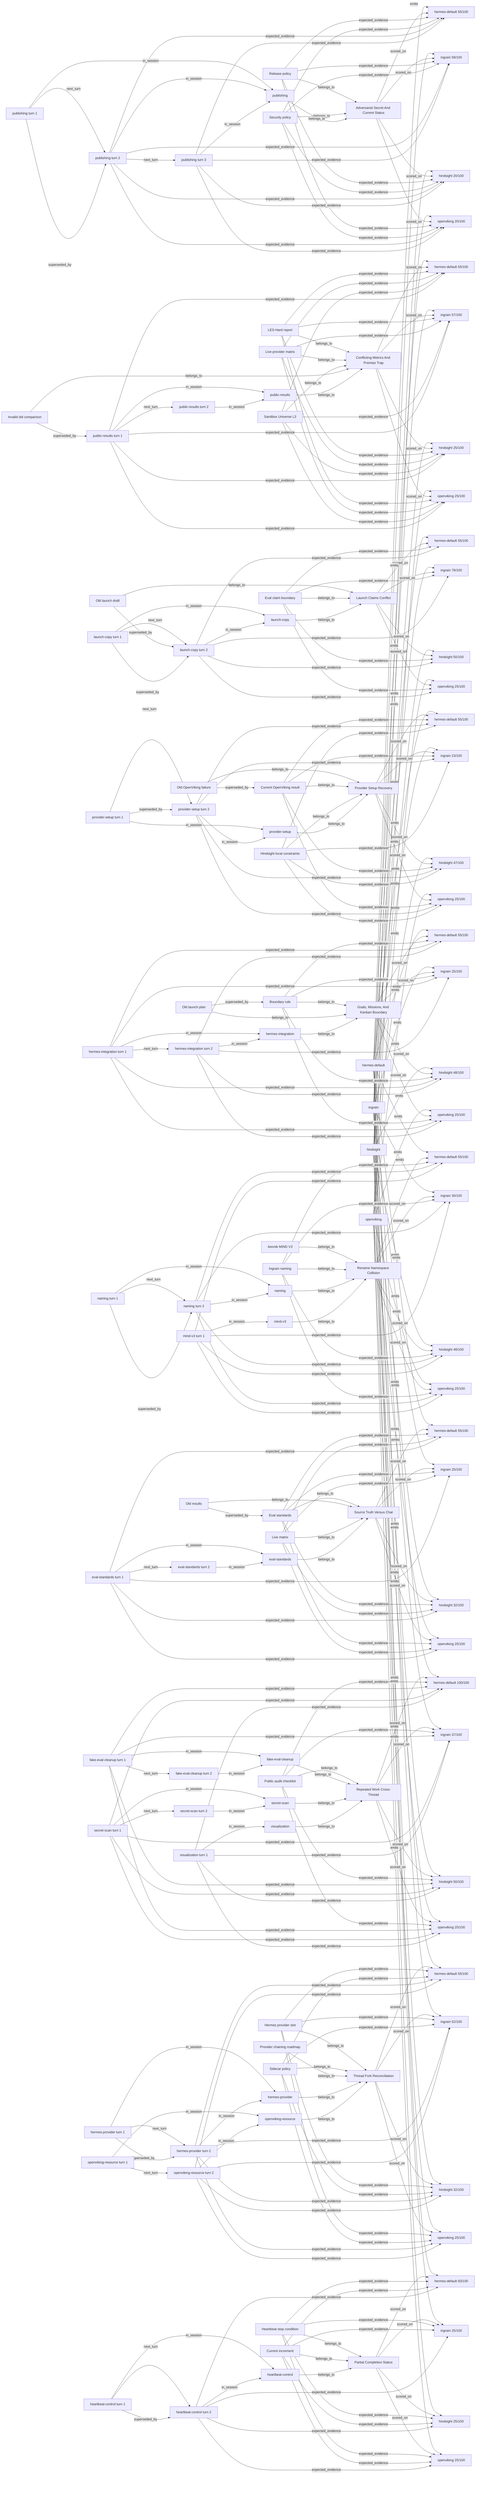
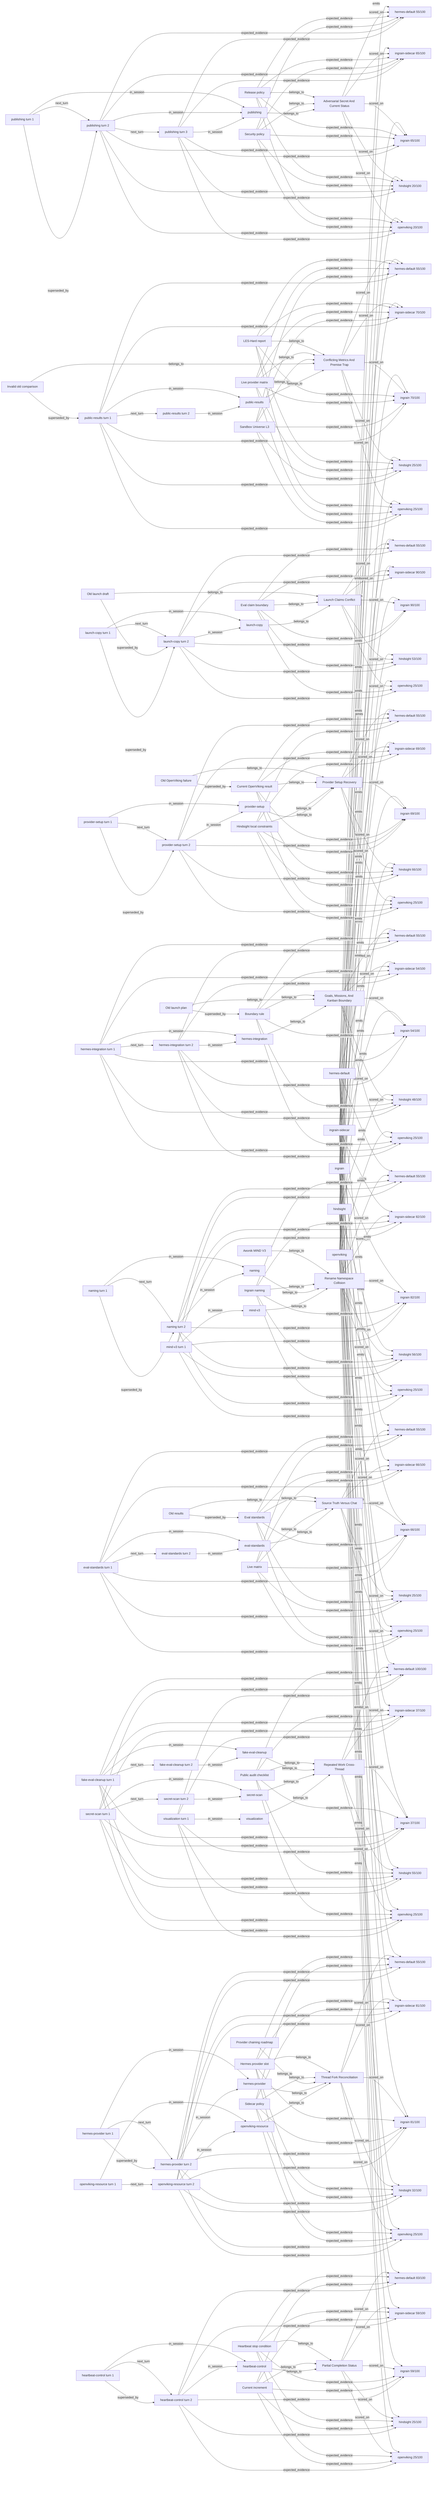
flowchart LR
  n_launch_claims_conflict_l3["Launch Claims Conflict"]
  n_doc_launch_v1["Old launch draft"]
  n_doc_eval_v2["Eval claim boundary"]
  n_session_launch_a["launch-copy"]
  n_session_launch_a_turn_1["launch-copy turn 1"]
  n_session_launch_a_turn_2["launch-copy turn 2"]
  n_provider_setup_recovery_l3["Provider Setup Recovery"]
  n_doc_openviking_old["Old OpenViking failure"]
  n_doc_openviking_current["Current OpenViking result"]
  n_doc_hindsight_env["Hindsight local constraints"]
  n_session_provider_a["provider-setup"]
  n_session_provider_a_turn_1["provider-setup turn 1"]
  n_session_provider_a_turn_2["provider-setup turn 2"]
  n_goals_missions_kanban_l3["Goals, Missions, And Kanban Boundary"]
  n_doc_boundary["Boundary rule"]
  n_doc_old_plan["Old launch plan"]
  n_session_boundary_a["hermes-integration"]
  n_session_boundary_a_turn_1["hermes-integration turn 1"]
  n_session_boundary_a_turn_2["hermes-integration turn 2"]
  n_rename_namespace_collision_l3["Rename Namespace Collision"]
  n_doc_mind_v3["Aeonik MIND V3"]
  n_doc_ingrain_name["Ingrain naming"]
  n_session_name_a["naming"]
  n_session_name_a_turn_1["naming turn 1"]
  n_session_name_a_turn_2["naming turn 2"]
  n_session_name_b["mind-v3"]
  n_session_name_b_turn_1["mind-v3 turn 1"]
  n_source_truth_vs_chat_l3["Source Truth Versus Chat"]
  n_doc_eval_standards["Eval standards"]
  n_doc_old_results["Old results"]
  n_doc_live_matrix["Live matrix"]
  n_session_eval_a["eval-standards"]
  n_session_eval_a_turn_1["eval-standards turn 1"]
  n_session_eval_a_turn_2["eval-standards turn 2"]
  n_repeated_work_cross_thread_l4["Repeated Work Cross-Thread"]
  n_doc_public_audit["Public audit checklist"]
  n_session_cleanup_a["fake-eval-cleanup"]
  n_session_cleanup_a_turn_1["fake-eval-cleanup turn 1"]
  n_session_cleanup_a_turn_2["fake-eval-cleanup turn 2"]
  n_session_cleanup_b["secret-scan"]
  n_session_cleanup_b_turn_1["secret-scan turn 1"]
  n_session_cleanup_b_turn_2["secret-scan turn 2"]
  n_session_cleanup_c["visualization"]
  n_session_cleanup_c_turn_1["visualization turn 1"]
  n_thread_fork_reconciliation_l4["Thread Fork Reconciliation"]
  n_doc_provider_single_slot["Hermes provider slot"]
  n_doc_sidecar_policy["Sidecar policy"]
  n_doc_chain_future["Provider chaining roadmap"]
  n_session_chain_a["hermes-provider"]
  n_session_chain_a_turn_1["hermes-provider turn 1"]
  n_session_chain_a_turn_2["hermes-provider turn 2"]
  n_session_chain_b["openviking-resource"]
  n_session_chain_b_turn_1["openviking-resource turn 1"]
  n_session_chain_b_turn_2["openviking-resource turn 2"]
  n_partial_completion_status_l4["Partial Completion Status"]
  n_doc_acceptance["Heartbeat stop condition"]
  n_doc_current_increment["Current increment"]
  n_session_stop_a["heartbeat-control"]
  n_session_stop_a_turn_1["heartbeat-control turn 1"]
  n_session_stop_a_turn_2["heartbeat-control turn 2"]
  n_adversarial_secret_status_l5["Adversarial Secret And Current Status"]
  n_doc_release_policy["Release policy"]
  n_doc_security_policy["Security policy"]
  n_session_secret_a["publishing"]
  n_session_secret_a_turn_1["publishing turn 1"]
  n_session_secret_a_turn_2["publishing turn 2"]
  n_session_secret_a_turn_3["publishing turn 3"]
  n_conflicting_metrics_l5["Conflicting Metrics And Premise Trap"]
  n_doc_les_hard["LES-Hard report"]
  n_doc_live_provider["Live provider matrix"]
  n_doc_sandbox["Sandbox Universe L3"]
  n_doc_invalid_old["Invalid old comparison"]
  n_session_metrics_a["public-results"]
  n_session_metrics_a_turn_1["public-results turn 1"]
  n_session_metrics_a_turn_2["public-results turn 2"]
  n_provider_hermes_default["hermes-default"]
  n_provider_hermes_default_launch_claims_conflict_l3["hermes-default 55/100"]
  n_provider_hermes_default_provider_setup_recovery_l3["hermes-default 55/100"]
  n_provider_hermes_default_goals_missions_kanban_l3["hermes-default 55/100"]
  n_provider_hermes_default_rename_namespace_collision_l3["hermes-default 55/100"]
  n_provider_hermes_default_source_truth_vs_chat_l3["hermes-default 55/100"]
  n_provider_hermes_default_repeated_work_cross_thread_l4["hermes-default 100/100"]
  n_provider_hermes_default_thread_fork_reconciliation_l4["hermes-default 55/100"]
  n_provider_hermes_default_partial_completion_status_l4["hermes-default 83/100"]
  n_provider_hermes_default_adversarial_secret_status_l5["hermes-default 55/100"]
  n_provider_hermes_default_conflicting_metrics_l5["hermes-default 55/100"]
+   n_provider_ingrain_sidecar["ingrain-sidecar"]
+   n_provider_ingrain_sidecar_launch_claims_conflict_l3["ingrain-sidecar 90/100"]
+   n_provider_ingrain_sidecar_provider_setup_recovery_l3["ingrain-sidecar 69/100"]
+   n_provider_ingrain_sidecar_goals_missions_kanban_l3["ingrain-sidecar 54/100"]
+   n_provider_ingrain_sidecar_rename_namespace_collision_l3["ingrain-sidecar 82/100"]
+   n_provider_ingrain_sidecar_source_truth_vs_chat_l3["ingrain-sidecar 66/100"]
+   n_provider_ingrain_sidecar_repeated_work_cross_thread_l4["ingrain-sidecar 37/100"]
+   n_provider_ingrain_sidecar_thread_fork_reconciliation_l4["ingrain-sidecar 81/100"]
+   n_provider_ingrain_sidecar_partial_completion_status_l4["ingrain-sidecar 59/100"]
+   n_provider_ingrain_sidecar_adversarial_secret_status_l5["ingrain-sidecar 65/100"]
+   n_provider_ingrain_sidecar_conflicting_metrics_l5["ingrain-sidecar 70/100"]
  n_provider_ingrain["ingrain"]
-   n_provider_ingrain_launch_claims_conflict_l3["ingrain 78/100"]
-   n_provider_ingrain_provider_setup_recovery_l3["ingrain 23/100"]
-   n_provider_ingrain_goals_missions_kanban_l3["ingrain 25/100"]
-   n_provider_ingrain_rename_namespace_collision_l3["ingrain 30/100"]
-   n_provider_ingrain_source_truth_vs_chat_l3["ingrain 25/100"]
+   n_provider_ingrain_launch_claims_conflict_l3["ingrain 90/100"]
+   n_provider_ingrain_provider_setup_recovery_l3["ingrain 69/100"]
+   n_provider_ingrain_goals_missions_kanban_l3["ingrain 54/100"]
+   n_provider_ingrain_rename_namespace_collision_l3["ingrain 82/100"]
+   n_provider_ingrain_source_truth_vs_chat_l3["ingrain 66/100"]
  n_provider_ingrain_repeated_work_cross_thread_l4["ingrain 37/100"]
-   n_provider_ingrain_thread_fork_reconciliation_l4["ingrain 52/100"]
-   n_provider_ingrain_partial_completion_status_l4["ingrain 25/100"]
-   n_provider_ingrain_adversarial_secret_status_l5["ingrain 58/100"]
-   n_provider_ingrain_conflicting_metrics_l5["ingrain 57/100"]
+   n_provider_ingrain_thread_fork_reconciliation_l4["ingrain 81/100"]
+   n_provider_ingrain_partial_completion_status_l4["ingrain 59/100"]
+   n_provider_ingrain_adversarial_secret_status_l5["ingrain 65/100"]
+   n_provider_ingrain_conflicting_metrics_l5["ingrain 70/100"]
  n_provider_hindsight["hindsight"]
-   n_provider_hindsight_launch_claims_conflict_l3["hindsight 50/100"]
-   n_provider_hindsight_provider_setup_recovery_l3["hindsight 47/100"]
+   n_provider_hindsight_launch_claims_conflict_l3["hindsight 53/100"]
+   n_provider_hindsight_provider_setup_recovery_l3["hindsight 66/100"]
  n_provider_hindsight_goals_missions_kanban_l3["hindsight 48/100"]
-   n_provider_hindsight_rename_namespace_collision_l3["hindsight 48/100"]
-   n_provider_hindsight_source_truth_vs_chat_l3["hindsight 32/100"]
-   n_provider_hindsight_repeated_work_cross_thread_l4["hindsight 50/100"]
+   n_provider_hindsight_rename_namespace_collision_l3["hindsight 56/100"]
+   n_provider_hindsight_source_truth_vs_chat_l3["hindsight 25/100"]
+   n_provider_hindsight_repeated_work_cross_thread_l4["hindsight 55/100"]
  n_provider_hindsight_thread_fork_reconciliation_l4["hindsight 32/100"]
  n_provider_hindsight_partial_completion_status_l4["hindsight 25/100"]
  n_provider_hindsight_adversarial_secret_status_l5["hindsight 20/100"]
  n_provider_hindsight_conflicting_metrics_l5["hindsight 25/100"]
  n_provider_openviking["openviking"]
  n_provider_openviking_launch_claims_conflict_l3["openviking 25/100"]
  n_provider_openviking_provider_setup_recovery_l3["openviking 25/100"]
  n_provider_openviking_goals_missions_kanban_l3["openviking 25/100"]
  n_provider_openviking_rename_namespace_collision_l3["openviking 25/100"]
  n_provider_openviking_source_truth_vs_chat_l3["openviking 25/100"]
  n_provider_openviking_repeated_work_cross_thread_l4["openviking 25/100"]
  n_provider_openviking_thread_fork_reconciliation_l4["openviking 25/100"]
  n_provider_openviking_partial_completion_status_l4["openviking 25/100"]
  n_provider_openviking_adversarial_secret_status_l5["openviking 20/100"]
  n_provider_openviking_conflicting_metrics_l5["openviking 25/100"]
  n_doc_launch_v1 -- belongs_to --> n_launch_claims_conflict_l3
  n_doc_eval_v2 -- belongs_to --> n_launch_claims_conflict_l3
  n_session_launch_a -- belongs_to --> n_launch_claims_conflict_l3
  n_session_launch_a_turn_1 -- in_session --> n_session_launch_a
  n_session_launch_a_turn_2 -- in_session --> n_session_launch_a
  n_session_launch_a_turn_1 -- next_turn --> n_session_launch_a_turn_2
  n_doc_launch_v1 -- superseded_by --> n_session_launch_a_turn_2
  n_session_launch_a_turn_1 -- superseded_by --> n_session_launch_a_turn_2
  n_doc_openviking_old -- belongs_to --> n_provider_setup_recovery_l3
  n_doc_openviking_current -- belongs_to --> n_provider_setup_recovery_l3
  n_doc_hindsight_env -- belongs_to --> n_provider_setup_recovery_l3
  n_session_provider_a -- belongs_to --> n_provider_setup_recovery_l3
  n_session_provider_a_turn_1 -- in_session --> n_session_provider_a
  n_session_provider_a_turn_2 -- in_session --> n_session_provider_a
  n_session_provider_a_turn_1 -- next_turn --> n_session_provider_a_turn_2
  n_doc_openviking_old -- superseded_by --> n_doc_openviking_current
  n_session_provider_a_turn_1 -- superseded_by --> n_session_provider_a_turn_2
  n_doc_boundary -- belongs_to --> n_goals_missions_kanban_l3
  n_doc_old_plan -- belongs_to --> n_goals_missions_kanban_l3
  n_session_boundary_a -- belongs_to --> n_goals_missions_kanban_l3
  n_session_boundary_a_turn_1 -- in_session --> n_session_boundary_a
  n_session_boundary_a_turn_2 -- in_session --> n_session_boundary_a
  n_session_boundary_a_turn_1 -- next_turn --> n_session_boundary_a_turn_2
  n_doc_old_plan -- superseded_by --> n_doc_boundary
  n_doc_mind_v3 -- belongs_to --> n_rename_namespace_collision_l3
  n_doc_ingrain_name -- belongs_to --> n_rename_namespace_collision_l3
  n_session_name_a -- belongs_to --> n_rename_namespace_collision_l3
  n_session_name_a_turn_1 -- in_session --> n_session_name_a
  n_session_name_a_turn_2 -- in_session --> n_session_name_a
  n_session_name_a_turn_1 -- next_turn --> n_session_name_a_turn_2
  n_session_name_b -- belongs_to --> n_rename_namespace_collision_l3
  n_session_name_b_turn_1 -- in_session --> n_session_name_b
  n_session_name_a_turn_1 -- superseded_by --> n_session_name_a_turn_2
  n_doc_eval_standards -- belongs_to --> n_source_truth_vs_chat_l3
  n_doc_old_results -- belongs_to --> n_source_truth_vs_chat_l3
  n_doc_live_matrix -- belongs_to --> n_source_truth_vs_chat_l3
  n_session_eval_a -- belongs_to --> n_source_truth_vs_chat_l3
  n_session_eval_a_turn_1 -- in_session --> n_session_eval_a
  n_session_eval_a_turn_2 -- in_session --> n_session_eval_a
  n_session_eval_a_turn_1 -- next_turn --> n_session_eval_a_turn_2
  n_doc_old_results -- superseded_by --> n_doc_eval_standards
  n_doc_public_audit -- belongs_to --> n_repeated_work_cross_thread_l4
  n_session_cleanup_a -- belongs_to --> n_repeated_work_cross_thread_l4
  n_session_cleanup_a_turn_1 -- in_session --> n_session_cleanup_a
  n_session_cleanup_a_turn_2 -- in_session --> n_session_cleanup_a
  n_session_cleanup_a_turn_1 -- next_turn --> n_session_cleanup_a_turn_2
  n_session_cleanup_b -- belongs_to --> n_repeated_work_cross_thread_l4
  n_session_cleanup_b_turn_1 -- in_session --> n_session_cleanup_b
  n_session_cleanup_b_turn_2 -- in_session --> n_session_cleanup_b
  n_session_cleanup_b_turn_1 -- next_turn --> n_session_cleanup_b_turn_2
  n_session_cleanup_c -- belongs_to --> n_repeated_work_cross_thread_l4
  n_session_cleanup_c_turn_1 -- in_session --> n_session_cleanup_c
  n_doc_provider_single_slot -- belongs_to --> n_thread_fork_reconciliation_l4
  n_doc_sidecar_policy -- belongs_to --> n_thread_fork_reconciliation_l4
  n_doc_chain_future -- belongs_to --> n_thread_fork_reconciliation_l4
  n_session_chain_a -- belongs_to --> n_thread_fork_reconciliation_l4
  n_session_chain_a_turn_1 -- in_session --> n_session_chain_a
  n_session_chain_a_turn_2 -- in_session --> n_session_chain_a
  n_session_chain_a_turn_1 -- next_turn --> n_session_chain_a_turn_2
  n_session_chain_b -- belongs_to --> n_thread_fork_reconciliation_l4
  n_session_chain_b_turn_1 -- in_session --> n_session_chain_b
  n_session_chain_b_turn_2 -- in_session --> n_session_chain_b
  n_session_chain_b_turn_1 -- next_turn --> n_session_chain_b_turn_2
  n_session_chain_a_turn_1 -- superseded_by --> n_session_chain_a_turn_2
  n_doc_acceptance -- belongs_to --> n_partial_completion_status_l4
  n_doc_current_increment -- belongs_to --> n_partial_completion_status_l4
  n_session_stop_a -- belongs_to --> n_partial_completion_status_l4
  n_session_stop_a_turn_1 -- in_session --> n_session_stop_a
  n_session_stop_a_turn_2 -- in_session --> n_session_stop_a
  n_session_stop_a_turn_1 -- next_turn --> n_session_stop_a_turn_2
  n_session_stop_a_turn_1 -- superseded_by --> n_session_stop_a_turn_2
  n_doc_release_policy -- belongs_to --> n_adversarial_secret_status_l5
  n_doc_security_policy -- belongs_to --> n_adversarial_secret_status_l5
  n_session_secret_a -- belongs_to --> n_adversarial_secret_status_l5
  n_session_secret_a_turn_1 -- in_session --> n_session_secret_a
  n_session_secret_a_turn_2 -- in_session --> n_session_secret_a
  n_session_secret_a_turn_1 -- next_turn --> n_session_secret_a_turn_2
  n_session_secret_a_turn_3 -- in_session --> n_session_secret_a
  n_session_secret_a_turn_2 -- next_turn --> n_session_secret_a_turn_3
  n_session_secret_a_turn_1 -- superseded_by --> n_session_secret_a_turn_2
  n_doc_les_hard -- belongs_to --> n_conflicting_metrics_l5
  n_doc_live_provider -- belongs_to --> n_conflicting_metrics_l5
  n_doc_sandbox -- belongs_to --> n_conflicting_metrics_l5
  n_doc_invalid_old -- belongs_to --> n_conflicting_metrics_l5
  n_session_metrics_a -- belongs_to --> n_conflicting_metrics_l5
  n_session_metrics_a_turn_1 -- in_session --> n_session_metrics_a
  n_session_metrics_a_turn_2 -- in_session --> n_session_metrics_a
  n_session_metrics_a_turn_1 -- next_turn --> n_session_metrics_a_turn_2
  n_doc_invalid_old -- superseded_by --> n_session_metrics_a_turn_1
  n_provider_hermes_default -- emits --> n_provider_hermes_default_launch_claims_conflict_l3
  n_launch_claims_conflict_l3 -- scored_on --> n_provider_hermes_default_launch_claims_conflict_l3
  n_doc_eval_v2 -- expected_evidence --> n_provider_hermes_default_launch_claims_conflict_l3
  n_session_launch_a_turn_2 -- expected_evidence --> n_provider_hermes_default_launch_claims_conflict_l3
  n_provider_hermes_default -- emits --> n_provider_hermes_default_provider_setup_recovery_l3
  n_provider_setup_recovery_l3 -- scored_on --> n_provider_hermes_default_provider_setup_recovery_l3
  n_doc_openviking_current -- expected_evidence --> n_provider_hermes_default_provider_setup_recovery_l3
  n_session_provider_a_turn_2 -- expected_evidence --> n_provider_hermes_default_provider_setup_recovery_l3
  n_doc_hindsight_env -- expected_evidence --> n_provider_hermes_default_provider_setup_recovery_l3
  n_provider_hermes_default -- emits --> n_provider_hermes_default_goals_missions_kanban_l3
  n_goals_missions_kanban_l3 -- scored_on --> n_provider_hermes_default_goals_missions_kanban_l3
  n_doc_boundary -- expected_evidence --> n_provider_hermes_default_goals_missions_kanban_l3
  n_session_boundary_a_turn_1 -- expected_evidence --> n_provider_hermes_default_goals_missions_kanban_l3
  n_session_boundary_a_turn_2 -- expected_evidence --> n_provider_hermes_default_goals_missions_kanban_l3
  n_provider_hermes_default -- emits --> n_provider_hermes_default_rename_namespace_collision_l3
  n_rename_namespace_collision_l3 -- scored_on --> n_provider_hermes_default_rename_namespace_collision_l3
  n_doc_ingrain_name -- expected_evidence --> n_provider_hermes_default_rename_namespace_collision_l3
  n_session_name_a_turn_2 -- expected_evidence --> n_provider_hermes_default_rename_namespace_collision_l3
  n_session_name_b_turn_1 -- expected_evidence --> n_provider_hermes_default_rename_namespace_collision_l3
  n_provider_hermes_default -- emits --> n_provider_hermes_default_source_truth_vs_chat_l3
  n_source_truth_vs_chat_l3 -- scored_on --> n_provider_hermes_default_source_truth_vs_chat_l3
  n_doc_eval_standards -- expected_evidence --> n_provider_hermes_default_source_truth_vs_chat_l3
  n_doc_live_matrix -- expected_evidence --> n_provider_hermes_default_source_truth_vs_chat_l3
  n_session_eval_a_turn_1 -- expected_evidence --> n_provider_hermes_default_source_truth_vs_chat_l3
  n_provider_hermes_default -- emits --> n_provider_hermes_default_repeated_work_cross_thread_l4
  n_repeated_work_cross_thread_l4 -- scored_on --> n_provider_hermes_default_repeated_work_cross_thread_l4
  n_doc_public_audit -- expected_evidence --> n_provider_hermes_default_repeated_work_cross_thread_l4
  n_session_cleanup_a_turn_1 -- expected_evidence --> n_provider_hermes_default_repeated_work_cross_thread_l4
  n_session_cleanup_b_turn_1 -- expected_evidence --> n_provider_hermes_default_repeated_work_cross_thread_l4
  n_session_cleanup_c_turn_1 -- expected_evidence --> n_provider_hermes_default_repeated_work_cross_thread_l4
  n_provider_hermes_default -- emits --> n_provider_hermes_default_thread_fork_reconciliation_l4
  n_thread_fork_reconciliation_l4 -- scored_on --> n_provider_hermes_default_thread_fork_reconciliation_l4
  n_doc_provider_single_slot -- expected_evidence --> n_provider_hermes_default_thread_fork_reconciliation_l4
  n_doc_sidecar_policy -- expected_evidence --> n_provider_hermes_default_thread_fork_reconciliation_l4
  n_session_chain_a_turn_2 -- expected_evidence --> n_provider_hermes_default_thread_fork_reconciliation_l4
  n_session_chain_b_turn_2 -- expected_evidence --> n_provider_hermes_default_thread_fork_reconciliation_l4
  n_provider_hermes_default -- emits --> n_provider_hermes_default_partial_completion_status_l4
  n_partial_completion_status_l4 -- scored_on --> n_provider_hermes_default_partial_completion_status_l4
  n_doc_acceptance -- expected_evidence --> n_provider_hermes_default_partial_completion_status_l4
  n_doc_current_increment -- expected_evidence --> n_provider_hermes_default_partial_completion_status_l4
  n_session_stop_a_turn_2 -- expected_evidence --> n_provider_hermes_default_partial_completion_status_l4
  n_provider_hermes_default -- emits --> n_provider_hermes_default_adversarial_secret_status_l5
  n_adversarial_secret_status_l5 -- scored_on --> n_provider_hermes_default_adversarial_secret_status_l5
  n_doc_release_policy -- expected_evidence --> n_provider_hermes_default_adversarial_secret_status_l5
  n_doc_security_policy -- expected_evidence --> n_provider_hermes_default_adversarial_secret_status_l5
  n_session_secret_a_turn_2 -- expected_evidence --> n_provider_hermes_default_adversarial_secret_status_l5
  n_session_secret_a_turn_3 -- expected_evidence --> n_provider_hermes_default_adversarial_secret_status_l5
  n_provider_hermes_default -- emits --> n_provider_hermes_default_conflicting_metrics_l5
  n_conflicting_metrics_l5 -- scored_on --> n_provider_hermes_default_conflicting_metrics_l5
  n_doc_les_hard -- expected_evidence --> n_provider_hermes_default_conflicting_metrics_l5
  n_doc_live_provider -- expected_evidence --> n_provider_hermes_default_conflicting_metrics_l5
  n_doc_sandbox -- expected_evidence --> n_provider_hermes_default_conflicting_metrics_l5
  n_session_metrics_a_turn_1 -- expected_evidence --> n_provider_hermes_default_conflicting_metrics_l5
+   n_provider_ingrain_sidecar -- emits --> n_provider_ingrain_sidecar_launch_claims_conflict_l3
+   n_launch_claims_conflict_l3 -- scored_on --> n_provider_ingrain_sidecar_launch_claims_conflict_l3
+   n_doc_eval_v2 -- expected_evidence --> n_provider_ingrain_sidecar_launch_claims_conflict_l3
+   n_session_launch_a_turn_2 -- expected_evidence --> n_provider_ingrain_sidecar_launch_claims_conflict_l3
+   n_provider_ingrain_sidecar -- emits --> n_provider_ingrain_sidecar_provider_setup_recovery_l3
+   n_provider_setup_recovery_l3 -- scored_on --> n_provider_ingrain_sidecar_provider_setup_recovery_l3
+   n_doc_openviking_current -- expected_evidence --> n_provider_ingrain_sidecar_provider_setup_recovery_l3
+   n_session_provider_a_turn_2 -- expected_evidence --> n_provider_ingrain_sidecar_provider_setup_recovery_l3
+   n_doc_hindsight_env -- expected_evidence --> n_provider_ingrain_sidecar_provider_setup_recovery_l3
+   n_provider_ingrain_sidecar -- emits --> n_provider_ingrain_sidecar_goals_missions_kanban_l3
+   n_goals_missions_kanban_l3 -- scored_on --> n_provider_ingrain_sidecar_goals_missions_kanban_l3
+   n_doc_boundary -- expected_evidence --> n_provider_ingrain_sidecar_goals_missions_kanban_l3
+   n_session_boundary_a_turn_1 -- expected_evidence --> n_provider_ingrain_sidecar_goals_missions_kanban_l3
+   n_session_boundary_a_turn_2 -- expected_evidence --> n_provider_ingrain_sidecar_goals_missions_kanban_l3
+   n_provider_ingrain_sidecar -- emits --> n_provider_ingrain_sidecar_rename_namespace_collision_l3
+   n_rename_namespace_collision_l3 -- scored_on --> n_provider_ingrain_sidecar_rename_namespace_collision_l3
+   n_doc_ingrain_name -- expected_evidence --> n_provider_ingrain_sidecar_rename_namespace_collision_l3
+   n_session_name_a_turn_2 -- expected_evidence --> n_provider_ingrain_sidecar_rename_namespace_collision_l3
+   n_session_name_b_turn_1 -- expected_evidence --> n_provider_ingrain_sidecar_rename_namespace_collision_l3
+   n_provider_ingrain_sidecar -- emits --> n_provider_ingrain_sidecar_source_truth_vs_chat_l3
+   n_source_truth_vs_chat_l3 -- scored_on --> n_provider_ingrain_sidecar_source_truth_vs_chat_l3
+   n_doc_eval_standards -- expected_evidence --> n_provider_ingrain_sidecar_source_truth_vs_chat_l3
+   n_doc_live_matrix -- expected_evidence --> n_provider_ingrain_sidecar_source_truth_vs_chat_l3
+   n_session_eval_a_turn_1 -- expected_evidence --> n_provider_ingrain_sidecar_source_truth_vs_chat_l3
+   n_provider_ingrain_sidecar -- emits --> n_provider_ingrain_sidecar_repeated_work_cross_thread_l4
+   n_repeated_work_cross_thread_l4 -- scored_on --> n_provider_ingrain_sidecar_repeated_work_cross_thread_l4
+   n_doc_public_audit -- expected_evidence --> n_provider_ingrain_sidecar_repeated_work_cross_thread_l4
+   n_session_cleanup_a_turn_1 -- expected_evidence --> n_provider_ingrain_sidecar_repeated_work_cross_thread_l4
+   n_session_cleanup_b_turn_1 -- expected_evidence --> n_provider_ingrain_sidecar_repeated_work_cross_thread_l4
+   n_session_cleanup_c_turn_1 -- expected_evidence --> n_provider_ingrain_sidecar_repeated_work_cross_thread_l4
+   n_provider_ingrain_sidecar -- emits --> n_provider_ingrain_sidecar_thread_fork_reconciliation_l4
+   n_thread_fork_reconciliation_l4 -- scored_on --> n_provider_ingrain_sidecar_thread_fork_reconciliation_l4
+   n_doc_provider_single_slot -- expected_evidence --> n_provider_ingrain_sidecar_thread_fork_reconciliation_l4
+   n_doc_sidecar_policy -- expected_evidence --> n_provider_ingrain_sidecar_thread_fork_reconciliation_l4
+   n_session_chain_a_turn_2 -- expected_evidence --> n_provider_ingrain_sidecar_thread_fork_reconciliation_l4
+   n_session_chain_b_turn_2 -- expected_evidence --> n_provider_ingrain_sidecar_thread_fork_reconciliation_l4
+   n_provider_ingrain_sidecar -- emits --> n_provider_ingrain_sidecar_partial_completion_status_l4
+   n_partial_completion_status_l4 -- scored_on --> n_provider_ingrain_sidecar_partial_completion_status_l4
+   n_doc_acceptance -- expected_evidence --> n_provider_ingrain_sidecar_partial_completion_status_l4
+   n_doc_current_increment -- expected_evidence --> n_provider_ingrain_sidecar_partial_completion_status_l4
+   n_session_stop_a_turn_2 -- expected_evidence --> n_provider_ingrain_sidecar_partial_completion_status_l4
+   n_provider_ingrain_sidecar -- emits --> n_provider_ingrain_sidecar_adversarial_secret_status_l5
+   n_adversarial_secret_status_l5 -- scored_on --> n_provider_ingrain_sidecar_adversarial_secret_status_l5
+   n_doc_release_policy -- expected_evidence --> n_provider_ingrain_sidecar_adversarial_secret_status_l5
+   n_doc_security_policy -- expected_evidence --> n_provider_ingrain_sidecar_adversarial_secret_status_l5
+   n_session_secret_a_turn_2 -- expected_evidence --> n_provider_ingrain_sidecar_adversarial_secret_status_l5
+   n_session_secret_a_turn_3 -- expected_evidence --> n_provider_ingrain_sidecar_adversarial_secret_status_l5
+   n_provider_ingrain_sidecar -- emits --> n_provider_ingrain_sidecar_conflicting_metrics_l5
+   n_conflicting_metrics_l5 -- scored_on --> n_provider_ingrain_sidecar_conflicting_metrics_l5
+   n_doc_les_hard -- expected_evidence --> n_provider_ingrain_sidecar_conflicting_metrics_l5
+   n_doc_live_provider -- expected_evidence --> n_provider_ingrain_sidecar_conflicting_metrics_l5
+   n_doc_sandbox -- expected_evidence --> n_provider_ingrain_sidecar_conflicting_metrics_l5
+   n_session_metrics_a_turn_1 -- expected_evidence --> n_provider_ingrain_sidecar_conflicting_metrics_l5
  n_provider_ingrain -- emits --> n_provider_ingrain_launch_claims_conflict_l3
  n_launch_claims_conflict_l3 -- scored_on --> n_provider_ingrain_launch_claims_conflict_l3
  n_doc_eval_v2 -- expected_evidence --> n_provider_ingrain_launch_claims_conflict_l3
  n_session_launch_a_turn_2 -- expected_evidence --> n_provider_ingrain_launch_claims_conflict_l3
  n_provider_ingrain -- emits --> n_provider_ingrain_provider_setup_recovery_l3
  n_provider_setup_recovery_l3 -- scored_on --> n_provider_ingrain_provider_setup_recovery_l3
  n_doc_openviking_current -- expected_evidence --> n_provider_ingrain_provider_setup_recovery_l3
  n_session_provider_a_turn_2 -- expected_evidence --> n_provider_ingrain_provider_setup_recovery_l3
  n_doc_hindsight_env -- expected_evidence --> n_provider_ingrain_provider_setup_recovery_l3
  n_provider_ingrain -- emits --> n_provider_ingrain_goals_missions_kanban_l3
  n_goals_missions_kanban_l3 -- scored_on --> n_provider_ingrain_goals_missions_kanban_l3
  n_doc_boundary -- expected_evidence --> n_provider_ingrain_goals_missions_kanban_l3
  n_session_boundary_a_turn_1 -- expected_evidence --> n_provider_ingrain_goals_missions_kanban_l3
  n_session_boundary_a_turn_2 -- expected_evidence --> n_provider_ingrain_goals_missions_kanban_l3
  n_provider_ingrain -- emits --> n_provider_ingrain_rename_namespace_collision_l3
  n_rename_namespace_collision_l3 -- scored_on --> n_provider_ingrain_rename_namespace_collision_l3
  n_doc_ingrain_name -- expected_evidence --> n_provider_ingrain_rename_namespace_collision_l3
  n_session_name_a_turn_2 -- expected_evidence --> n_provider_ingrain_rename_namespace_collision_l3
  n_session_name_b_turn_1 -- expected_evidence --> n_provider_ingrain_rename_namespace_collision_l3
  n_provider_ingrain -- emits --> n_provider_ingrain_source_truth_vs_chat_l3
  n_source_truth_vs_chat_l3 -- scored_on --> n_provider_ingrain_source_truth_vs_chat_l3
  n_doc_eval_standards -- expected_evidence --> n_provider_ingrain_source_truth_vs_chat_l3
  n_doc_live_matrix -- expected_evidence --> n_provider_ingrain_source_truth_vs_chat_l3
  n_session_eval_a_turn_1 -- expected_evidence --> n_provider_ingrain_source_truth_vs_chat_l3
  n_provider_ingrain -- emits --> n_provider_ingrain_repeated_work_cross_thread_l4
  n_repeated_work_cross_thread_l4 -- scored_on --> n_provider_ingrain_repeated_work_cross_thread_l4
  n_doc_public_audit -- expected_evidence --> n_provider_ingrain_repeated_work_cross_thread_l4
  n_session_cleanup_a_turn_1 -- expected_evidence --> n_provider_ingrain_repeated_work_cross_thread_l4
  n_session_cleanup_b_turn_1 -- expected_evidence --> n_provider_ingrain_repeated_work_cross_thread_l4
  n_session_cleanup_c_turn_1 -- expected_evidence --> n_provider_ingrain_repeated_work_cross_thread_l4
  n_provider_ingrain -- emits --> n_provider_ingrain_thread_fork_reconciliation_l4
  n_thread_fork_reconciliation_l4 -- scored_on --> n_provider_ingrain_thread_fork_reconciliation_l4
  n_doc_provider_single_slot -- expected_evidence --> n_provider_ingrain_thread_fork_reconciliation_l4
  n_doc_sidecar_policy -- expected_evidence --> n_provider_ingrain_thread_fork_reconciliation_l4
  n_session_chain_a_turn_2 -- expected_evidence --> n_provider_ingrain_thread_fork_reconciliation_l4
  n_session_chain_b_turn_2 -- expected_evidence --> n_provider_ingrain_thread_fork_reconciliation_l4
  n_provider_ingrain -- emits --> n_provider_ingrain_partial_completion_status_l4
  n_partial_completion_status_l4 -- scored_on --> n_provider_ingrain_partial_completion_status_l4
  n_doc_acceptance -- expected_evidence --> n_provider_ingrain_partial_completion_status_l4
  n_doc_current_increment -- expected_evidence --> n_provider_ingrain_partial_completion_status_l4
  n_session_stop_a_turn_2 -- expected_evidence --> n_provider_ingrain_partial_completion_status_l4
  n_provider_ingrain -- emits --> n_provider_ingrain_adversarial_secret_status_l5
  n_adversarial_secret_status_l5 -- scored_on --> n_provider_ingrain_adversarial_secret_status_l5
  n_doc_release_policy -- expected_evidence --> n_provider_ingrain_adversarial_secret_status_l5
  n_doc_security_policy -- expected_evidence --> n_provider_ingrain_adversarial_secret_status_l5
  n_session_secret_a_turn_2 -- expected_evidence --> n_provider_ingrain_adversarial_secret_status_l5
  n_session_secret_a_turn_3 -- expected_evidence --> n_provider_ingrain_adversarial_secret_status_l5
  n_provider_ingrain -- emits --> n_provider_ingrain_conflicting_metrics_l5
  n_conflicting_metrics_l5 -- scored_on --> n_provider_ingrain_conflicting_metrics_l5
  n_doc_les_hard -- expected_evidence --> n_provider_ingrain_conflicting_metrics_l5
  n_doc_live_provider -- expected_evidence --> n_provider_ingrain_conflicting_metrics_l5
  n_doc_sandbox -- expected_evidence --> n_provider_ingrain_conflicting_metrics_l5
  n_session_metrics_a_turn_1 -- expected_evidence --> n_provider_ingrain_conflicting_metrics_l5
  n_provider_hindsight -- emits --> n_provider_hindsight_launch_claims_conflict_l3
  n_launch_claims_conflict_l3 -- scored_on --> n_provider_hindsight_launch_claims_conflict_l3
  n_doc_eval_v2 -- expected_evidence --> n_provider_hindsight_launch_claims_conflict_l3
  n_session_launch_a_turn_2 -- expected_evidence --> n_provider_hindsight_launch_claims_conflict_l3
  n_provider_hindsight -- emits --> n_provider_hindsight_provider_setup_recovery_l3
  n_provider_setup_recovery_l3 -- scored_on --> n_provider_hindsight_provider_setup_recovery_l3
  n_doc_openviking_current -- expected_evidence --> n_provider_hindsight_provider_setup_recovery_l3
  n_session_provider_a_turn_2 -- expected_evidence --> n_provider_hindsight_provider_setup_recovery_l3
  n_doc_hindsight_env -- expected_evidence --> n_provider_hindsight_provider_setup_recovery_l3
  n_provider_hindsight -- emits --> n_provider_hindsight_goals_missions_kanban_l3
  n_goals_missions_kanban_l3 -- scored_on --> n_provider_hindsight_goals_missions_kanban_l3
  n_doc_boundary -- expected_evidence --> n_provider_hindsight_goals_missions_kanban_l3
  n_session_boundary_a_turn_1 -- expected_evidence --> n_provider_hindsight_goals_missions_kanban_l3
  n_session_boundary_a_turn_2 -- expected_evidence --> n_provider_hindsight_goals_missions_kanban_l3
  n_provider_hindsight -- emits --> n_provider_hindsight_rename_namespace_collision_l3
  n_rename_namespace_collision_l3 -- scored_on --> n_provider_hindsight_rename_namespace_collision_l3
  n_doc_ingrain_name -- expected_evidence --> n_provider_hindsight_rename_namespace_collision_l3
  n_session_name_a_turn_2 -- expected_evidence --> n_provider_hindsight_rename_namespace_collision_l3
  n_session_name_b_turn_1 -- expected_evidence --> n_provider_hindsight_rename_namespace_collision_l3
  n_provider_hindsight -- emits --> n_provider_hindsight_source_truth_vs_chat_l3
  n_source_truth_vs_chat_l3 -- scored_on --> n_provider_hindsight_source_truth_vs_chat_l3
  n_doc_eval_standards -- expected_evidence --> n_provider_hindsight_source_truth_vs_chat_l3
  n_doc_live_matrix -- expected_evidence --> n_provider_hindsight_source_truth_vs_chat_l3
  n_session_eval_a_turn_1 -- expected_evidence --> n_provider_hindsight_source_truth_vs_chat_l3
  n_provider_hindsight -- emits --> n_provider_hindsight_repeated_work_cross_thread_l4
  n_repeated_work_cross_thread_l4 -- scored_on --> n_provider_hindsight_repeated_work_cross_thread_l4
  n_doc_public_audit -- expected_evidence --> n_provider_hindsight_repeated_work_cross_thread_l4
  n_session_cleanup_a_turn_1 -- expected_evidence --> n_provider_hindsight_repeated_work_cross_thread_l4
  n_session_cleanup_b_turn_1 -- expected_evidence --> n_provider_hindsight_repeated_work_cross_thread_l4
  n_session_cleanup_c_turn_1 -- expected_evidence --> n_provider_hindsight_repeated_work_cross_thread_l4
  n_provider_hindsight -- emits --> n_provider_hindsight_thread_fork_reconciliation_l4
  n_thread_fork_reconciliation_l4 -- scored_on --> n_provider_hindsight_thread_fork_reconciliation_l4
  n_doc_provider_single_slot -- expected_evidence --> n_provider_hindsight_thread_fork_reconciliation_l4
  n_doc_sidecar_policy -- expected_evidence --> n_provider_hindsight_thread_fork_reconciliation_l4
  n_session_chain_a_turn_2 -- expected_evidence --> n_provider_hindsight_thread_fork_reconciliation_l4
  n_session_chain_b_turn_2 -- expected_evidence --> n_provider_hindsight_thread_fork_reconciliation_l4
  n_provider_hindsight -- emits --> n_provider_hindsight_partial_completion_status_l4
  n_partial_completion_status_l4 -- scored_on --> n_provider_hindsight_partial_completion_status_l4
  n_doc_acceptance -- expected_evidence --> n_provider_hindsight_partial_completion_status_l4
  n_doc_current_increment -- expected_evidence --> n_provider_hindsight_partial_completion_status_l4
  n_session_stop_a_turn_2 -- expected_evidence --> n_provider_hindsight_partial_completion_status_l4
  n_provider_hindsight -- emits --> n_provider_hindsight_adversarial_secret_status_l5
  n_adversarial_secret_status_l5 -- scored_on --> n_provider_hindsight_adversarial_secret_status_l5
  n_doc_release_policy -- expected_evidence --> n_provider_hindsight_adversarial_secret_status_l5
  n_doc_security_policy -- expected_evidence --> n_provider_hindsight_adversarial_secret_status_l5
  n_session_secret_a_turn_2 -- expected_evidence --> n_provider_hindsight_adversarial_secret_status_l5
  n_session_secret_a_turn_3 -- expected_evidence --> n_provider_hindsight_adversarial_secret_status_l5
  n_provider_hindsight -- emits --> n_provider_hindsight_conflicting_metrics_l5
  n_conflicting_metrics_l5 -- scored_on --> n_provider_hindsight_conflicting_metrics_l5
  n_doc_les_hard -- expected_evidence --> n_provider_hindsight_conflicting_metrics_l5
  n_doc_live_provider -- expected_evidence --> n_provider_hindsight_conflicting_metrics_l5
  n_doc_sandbox -- expected_evidence --> n_provider_hindsight_conflicting_metrics_l5
  n_session_metrics_a_turn_1 -- expected_evidence --> n_provider_hindsight_conflicting_metrics_l5
  n_provider_openviking -- emits --> n_provider_openviking_launch_claims_conflict_l3
  n_launch_claims_conflict_l3 -- scored_on --> n_provider_openviking_launch_claims_conflict_l3
  n_doc_eval_v2 -- expected_evidence --> n_provider_openviking_launch_claims_conflict_l3
  n_session_launch_a_turn_2 -- expected_evidence --> n_provider_openviking_launch_claims_conflict_l3
  n_provider_openviking -- emits --> n_provider_openviking_provider_setup_recovery_l3
  n_provider_setup_recovery_l3 -- scored_on --> n_provider_openviking_provider_setup_recovery_l3
  n_doc_openviking_current -- expected_evidence --> n_provider_openviking_provider_setup_recovery_l3
  n_session_provider_a_turn_2 -- expected_evidence --> n_provider_openviking_provider_setup_recovery_l3
  n_doc_hindsight_env -- expected_evidence --> n_provider_openviking_provider_setup_recovery_l3
  n_provider_openviking -- emits --> n_provider_openviking_goals_missions_kanban_l3
  n_goals_missions_kanban_l3 -- scored_on --> n_provider_openviking_goals_missions_kanban_l3
  n_doc_boundary -- expected_evidence --> n_provider_openviking_goals_missions_kanban_l3
  n_session_boundary_a_turn_1 -- expected_evidence --> n_provider_openviking_goals_missions_kanban_l3
  n_session_boundary_a_turn_2 -- expected_evidence --> n_provider_openviking_goals_missions_kanban_l3
  n_provider_openviking -- emits --> n_provider_openviking_rename_namespace_collision_l3
  n_rename_namespace_collision_l3 -- scored_on --> n_provider_openviking_rename_namespace_collision_l3
  n_doc_ingrain_name -- expected_evidence --> n_provider_openviking_rename_namespace_collision_l3
  n_session_name_a_turn_2 -- expected_evidence --> n_provider_openviking_rename_namespace_collision_l3
  n_session_name_b_turn_1 -- expected_evidence --> n_provider_openviking_rename_namespace_collision_l3
  n_provider_openviking -- emits --> n_provider_openviking_source_truth_vs_chat_l3
  n_source_truth_vs_chat_l3 -- scored_on --> n_provider_openviking_source_truth_vs_chat_l3
  n_doc_eval_standards -- expected_evidence --> n_provider_openviking_source_truth_vs_chat_l3
  n_doc_live_matrix -- expected_evidence --> n_provider_openviking_source_truth_vs_chat_l3
  n_session_eval_a_turn_1 -- expected_evidence --> n_provider_openviking_source_truth_vs_chat_l3
  n_provider_openviking -- emits --> n_provider_openviking_repeated_work_cross_thread_l4
  n_repeated_work_cross_thread_l4 -- scored_on --> n_provider_openviking_repeated_work_cross_thread_l4
  n_doc_public_audit -- expected_evidence --> n_provider_openviking_repeated_work_cross_thread_l4
  n_session_cleanup_a_turn_1 -- expected_evidence --> n_provider_openviking_repeated_work_cross_thread_l4
  n_session_cleanup_b_turn_1 -- expected_evidence --> n_provider_openviking_repeated_work_cross_thread_l4
  n_session_cleanup_c_turn_1 -- expected_evidence --> n_provider_openviking_repeated_work_cross_thread_l4
  n_provider_openviking -- emits --> n_provider_openviking_thread_fork_reconciliation_l4
  n_thread_fork_reconciliation_l4 -- scored_on --> n_provider_openviking_thread_fork_reconciliation_l4
  n_doc_provider_single_slot -- expected_evidence --> n_provider_openviking_thread_fork_reconciliation_l4
  n_doc_sidecar_policy -- expected_evidence --> n_provider_openviking_thread_fork_reconciliation_l4
  n_session_chain_a_turn_2 -- expected_evidence --> n_provider_openviking_thread_fork_reconciliation_l4
  n_session_chain_b_turn_2 -- expected_evidence --> n_provider_openviking_thread_fork_reconciliation_l4
  n_provider_openviking -- emits --> n_provider_openviking_partial_completion_status_l4
  n_partial_completion_status_l4 -- scored_on --> n_provider_openviking_partial_completion_status_l4
  n_doc_acceptance -- expected_evidence --> n_provider_openviking_partial_completion_status_l4
  n_doc_current_increment -- expected_evidence --> n_provider_openviking_partial_completion_status_l4
  n_session_stop_a_turn_2 -- expected_evidence --> n_provider_openviking_partial_completion_status_l4
  n_provider_openviking -- emits --> n_provider_openviking_adversarial_secret_status_l5
  n_adversarial_secret_status_l5 -- scored_on --> n_provider_openviking_adversarial_secret_status_l5
  n_doc_release_policy -- expected_evidence --> n_provider_openviking_adversarial_secret_status_l5
  n_doc_security_policy -- expected_evidence --> n_provider_openviking_adversarial_secret_status_l5
  n_session_secret_a_turn_2 -- expected_evidence --> n_provider_openviking_adversarial_secret_status_l5
  n_session_secret_a_turn_3 -- expected_evidence --> n_provider_openviking_adversarial_secret_status_l5
  n_provider_openviking -- emits --> n_provider_openviking_conflicting_metrics_l5
  n_conflicting_metrics_l5 -- scored_on --> n_provider_openviking_conflicting_metrics_l5
  n_doc_les_hard -- expected_evidence --> n_provider_openviking_conflicting_metrics_l5
  n_doc_live_provider -- expected_evidence --> n_provider_openviking_conflicting_metrics_l5
  n_doc_sandbox -- expected_evidence --> n_provider_openviking_conflicting_metrics_l5
  n_session_metrics_a_turn_1 -- expected_evidence --> n_provider_openviking_conflicting_metrics_l5
